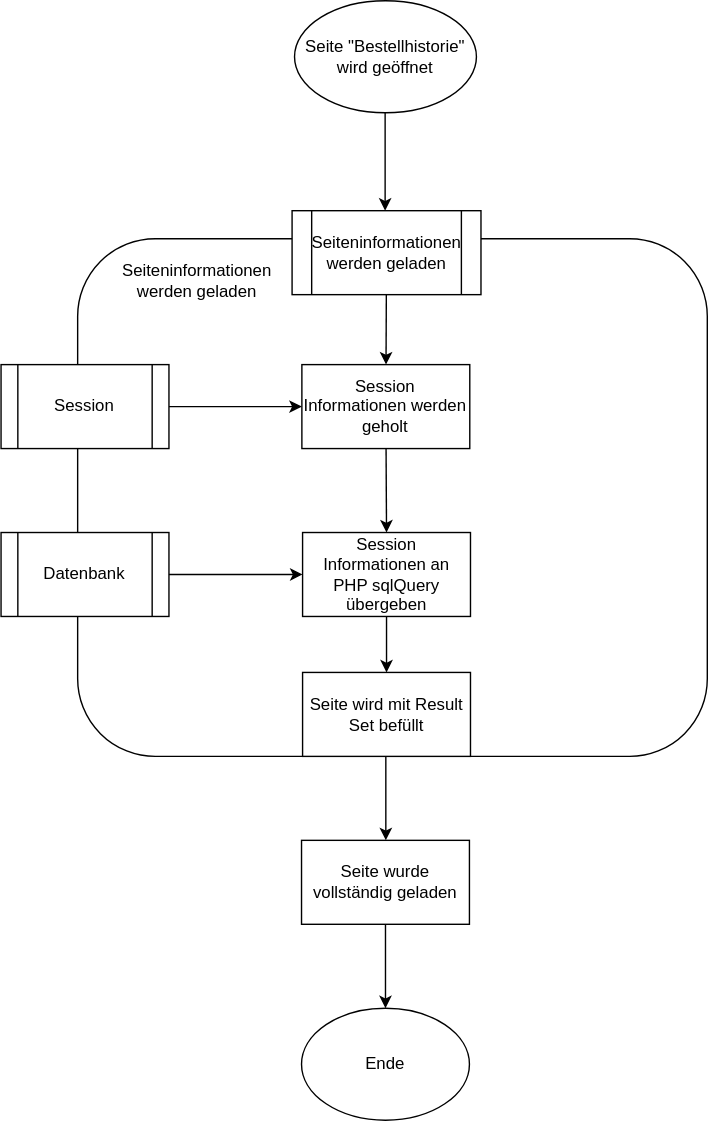
Projektarbeiten/ProjectPlatypus keeps this draw.io diagram as drawio/flussdiagramm_BestellHistorie_Daten_beziehen.drawio.svg. Above is the earlier version. Source tidied: cells renumbered, new cells last; positions are measured from the earlier drawing's top-left corner, leaving out a move shared by most shapes.
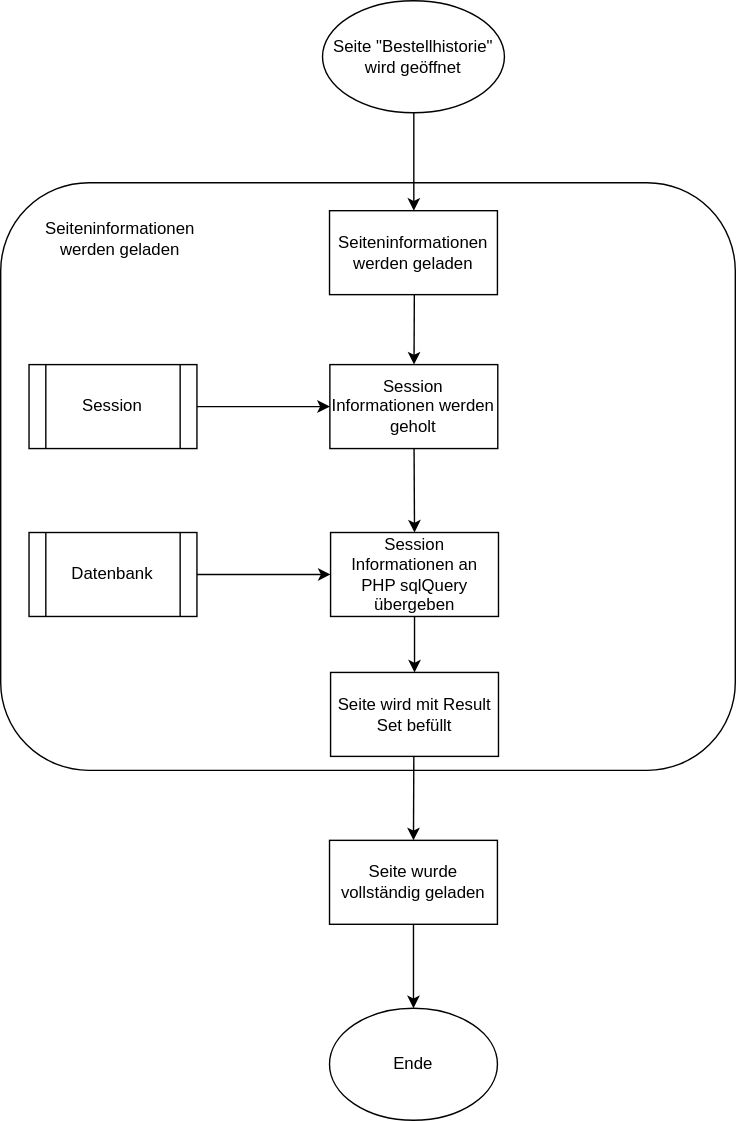
Above is the later version.

Commit message:
Flussdiagramm 'BestellHistorie_Daten_beziehen' aktualisiert

The edit, as a diff of the source:
```diff
@@ -5,12 +5,6 @@
     <mxCell id="2" value="Seite &quot;Bestellhistorie&quot; wird geöffnet" style="ellipse;whiteSpace=wrap;html=1;" parent="1" vertex="1">
       <mxGeometry x="210" width="130" height="80" as="geometry" />
     </mxCell>
-    <mxCell id="3" style="edgeStyle=none;html=1;entryX=0.5;entryY=0;entryDx=0;entryDy=0;exitX=0.5;exitY=1;exitDx=0;exitDy=0;" parent="1" edge="1">
-      <mxGeometry relative="1" as="geometry">
-        <mxPoint x="274.8" y="80" as="sourcePoint" />
-        <mxPoint x="274.8" y="150" as="targetPoint" />
-      </mxGeometry>
-    </mxCell>
     <mxCell id="4" style="edgeStyle=none;html=1;exitX=0.5;exitY=1;exitDx=0;exitDy=0;" parent="1" edge="1" source="20" target="5">
       <mxGeometry relative="1" as="geometry" />
     </mxCell>
@@ -18,17 +12,16 @@
       <mxGeometry x="215" y="720" width="120" height="80" as="geometry" />
     </mxCell>
     <mxCell id="6" style="rounded=1;whiteSpace=wrap;html=1;" parent="1" vertex="1">
-      <mxGeometry x="55" y="170" width="450" height="370" as="geometry" />
+      <mxGeometry x="-20" y="130" width="525" height="420" as="geometry" />
     </mxCell>
     <mxCell id="7" value="&lt;span style=&quot;&quot;&gt;Seiteninformationen&lt;br&gt;werden geladen&lt;/span&gt;" style="text;html=1;align=center;verticalAlign=middle;strokeColor=none;fillColor=none;" parent="1" vertex="1">
-      <mxGeometry x="75.2" y="180" width="130" height="40" as="geometry" />
+      <mxGeometry x="0.2" y="150" width="130" height="40" as="geometry" />
     </mxCell>
-    <mxCell id="8" style="edgeStyle=none;html=1;" parent="1" edge="1" source="9" target="11">
-      <mxGeometry relative="1" as="geometry" />
+    <mxCell id="8" style="edgeStyle=none;html=1;" parent="1" edge="1" target="11">
+      <mxGeometry relative="1" as="geometry">
+        <mxPoint x="275.6" y="210" as="sourcePoint" />
+      </mxGeometry>
     </mxCell>
-    <mxCell id="9" value="&lt;span style=&quot;&quot;&gt;Seiteninformationen&lt;/span&gt;&lt;br style=&quot;&quot;&gt;&lt;span style=&quot;&quot;&gt;werden geladen&lt;/span&gt;" style="shape=process;whiteSpace=wrap;html=1;backgroundOutline=1;" parent="1" vertex="1">
-      <mxGeometry x="208.2" y="150" width="135" height="60" as="geometry" />
-    </mxCell>
     <mxCell id="10" style="edgeStyle=none;html=1;entryX=0.5;entryY=0;entryDx=0;entryDy=0;" parent="1" edge="1" source="11" target="13">
       <mxGeometry relative="1" as="geometry" />
     </mxCell>
@@ -56,14 +49,23 @@
     <mxCell id="18" value="Session" style="shape=process;whiteSpace=wrap;html=1;backgroundOutline=1;" parent="1" vertex="1">
       <mxGeometry x="0.2" y="260" width="120" height="60" as="geometry" />
     </mxCell>
-    <mxCell id="19" style="edgeStyle=none;html=1;exitX=0.5;exitY=1;exitDx=0;exitDy=0;" parent="1" edge="1">
-      <mxGeometry relative="1" as="geometry">
-        <mxPoint x="275.2" y="540" as="sourcePoint" />
-        <mxPoint x="275.2" y="600" as="targetPoint" />
-      </mxGeometry>
-    </mxCell>
     <mxCell id="20" value="Seite wurde vollständig geladen" style="rounded=0;whiteSpace=wrap;html=1;" parent="1" vertex="1">
       <mxGeometry x="215" y="600" width="120" height="60" as="geometry" />
     </mxCell>
+    <mxCell id="21" style="edgeStyle=none;html=1;entryX=0.5;entryY=0;entryDx=0;entryDy=0;exitX=0.5;exitY=1;exitDx=0;exitDy=0;" parent="1" edge="1">
+      <mxGeometry relative="1" as="geometry">
+        <mxPoint x="275.2" y="80" as="sourcePoint" />
+        <mxPoint x="275.2" y="150" as="targetPoint" />
+      </mxGeometry>
+    </mxCell>
+    <mxCell id="22" style="edgeStyle=none;html=1;exitX=0.5;exitY=1;exitDx=0;exitDy=0;" parent="1" edge="1">
+      <mxGeometry relative="1" as="geometry">
+        <mxPoint x="275.2" y="540" as="sourcePoint" />
+        <mxPoint x="275" y="600" as="targetPoint" />
+      </mxGeometry>
+    </mxCell>
+    <mxCell id="9" value="Seiteninformationen&lt;br&gt;werden geladen" style="rounded=0;whiteSpace=wrap;html=1;" parent="1" vertex="1">
+      <mxGeometry x="215" y="150" width="120" height="60" as="geometry" />
+    </mxCell>
   </root>
 </mxGraphModel>
```
